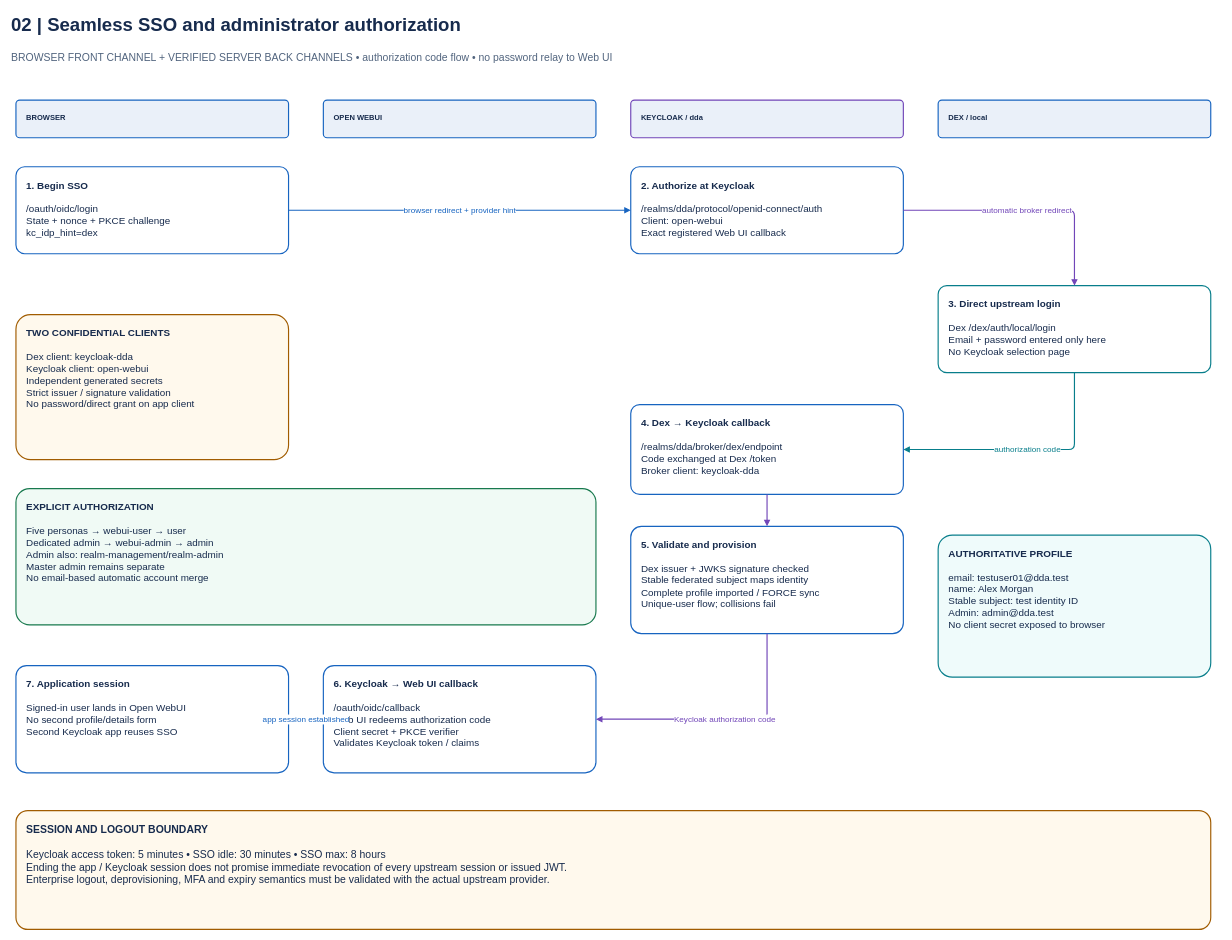
Above: page "02 | Seamless SSO and administrator authorization" (2 of 4) of architecture/dda-sso-architecture.drawio in degalasudheer2727/dda-sso-platform (draw.io), before the change. Source tidied: cells renumbered, new cells numbered last; positions are measured from the earlier drawing's top-left corner, leaving out a move shared by most shapes. Both pictures are drawn from the tidied source at 58%, with x=0, y=0 at pixel (10, 10).
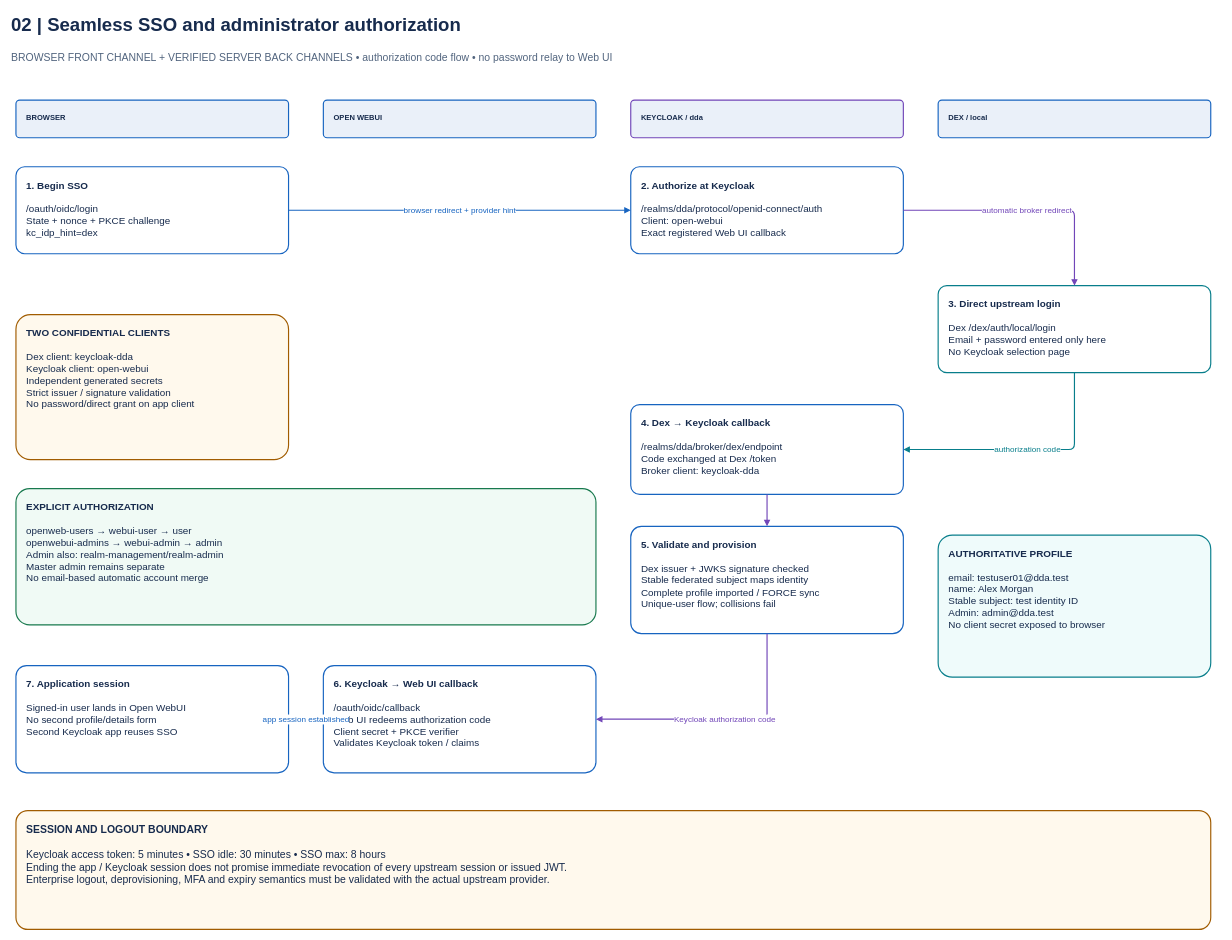
Above is the later version.

Diff of the diagram source:
```diff
@@
-    <mxCell id="23" value="&lt;b&gt;EXPLICIT AUTHORIZATION&lt;/b&gt;&lt;br&gt;&lt;br&gt;Five personas → webui-user → user&lt;br&gt;Dedicated admin → webui-admin → admin&lt;br&gt;Admin also: realm-management/realm-admin&lt;br&gt;Master admin remains separate&lt;br&gt;No email-based automatic account merge" style="rounded=1;arcSize=10;html=1;whiteSpace=wrap;align=left;verticalAlign=top;spacing=18;fillColor=#F0FAF5;strokeColor=#18794E;strokeWidth=2;fontFamily=Helvetica;fontSize=17;fontColor=#172B4D;" parent="1" vertex="1">
+    <mxCell id="23" value="&lt;b&gt;EXPLICIT AUTHORIZATION&lt;/b&gt;&lt;br&gt;&lt;br&gt;openweb-users → webui-user → user&lt;br&gt;openwebui-admins → webui-admin → admin&lt;br&gt;Admin also: realm-management/realm-admin&lt;br&gt;Master admin remains separate&lt;br&gt;No email-based automatic account merge" style="rounded=1;arcSize=10;html=1;whiteSpace=wrap;align=left;verticalAlign=top;spacing=18;fillColor=#F0FAF5;strokeColor=#18794E;strokeWidth=2;fontFamily=Helvetica;fontSize=17;fontColor=#172B4D;" parent="1" vertex="1">
       <mxGeometry x="10" y="825" width="1000" height="235" as="geometry" />
     </mxCell>
```
